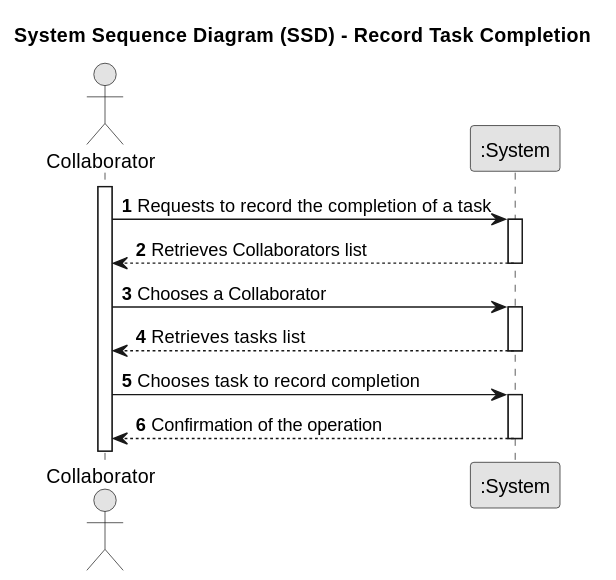
Earlier version of the PlantUML export docs/SprintC/us29/01.requirements-engineering/svg/us029-system-sequence-diagram-alternative-one.svg (Departamento-de-Engenharia-Informatica/lei-24-s2-1df-1de-g063).
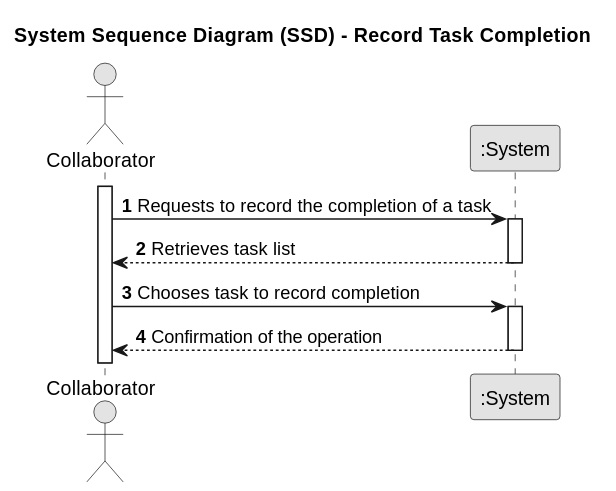
Above is the later version.

The edit, as a diff of the source:
```diff
@@ -15,13 +15,7 @@
     Collaborator -> System : Requests to record the completion of a task
     activate System
 
-        System --> Collaborator : Retrieves Collaborators list
-    deactivate System
-
-    Collaborator -> System : Chooses a Collaborator
-    activate System
-
-        System --> Collaborator : Retrieves tasks list
+        System --> Collaborator : Retrieves task list
     deactivate System
 
     Collaborator -> System : Chooses task to record completion
```
